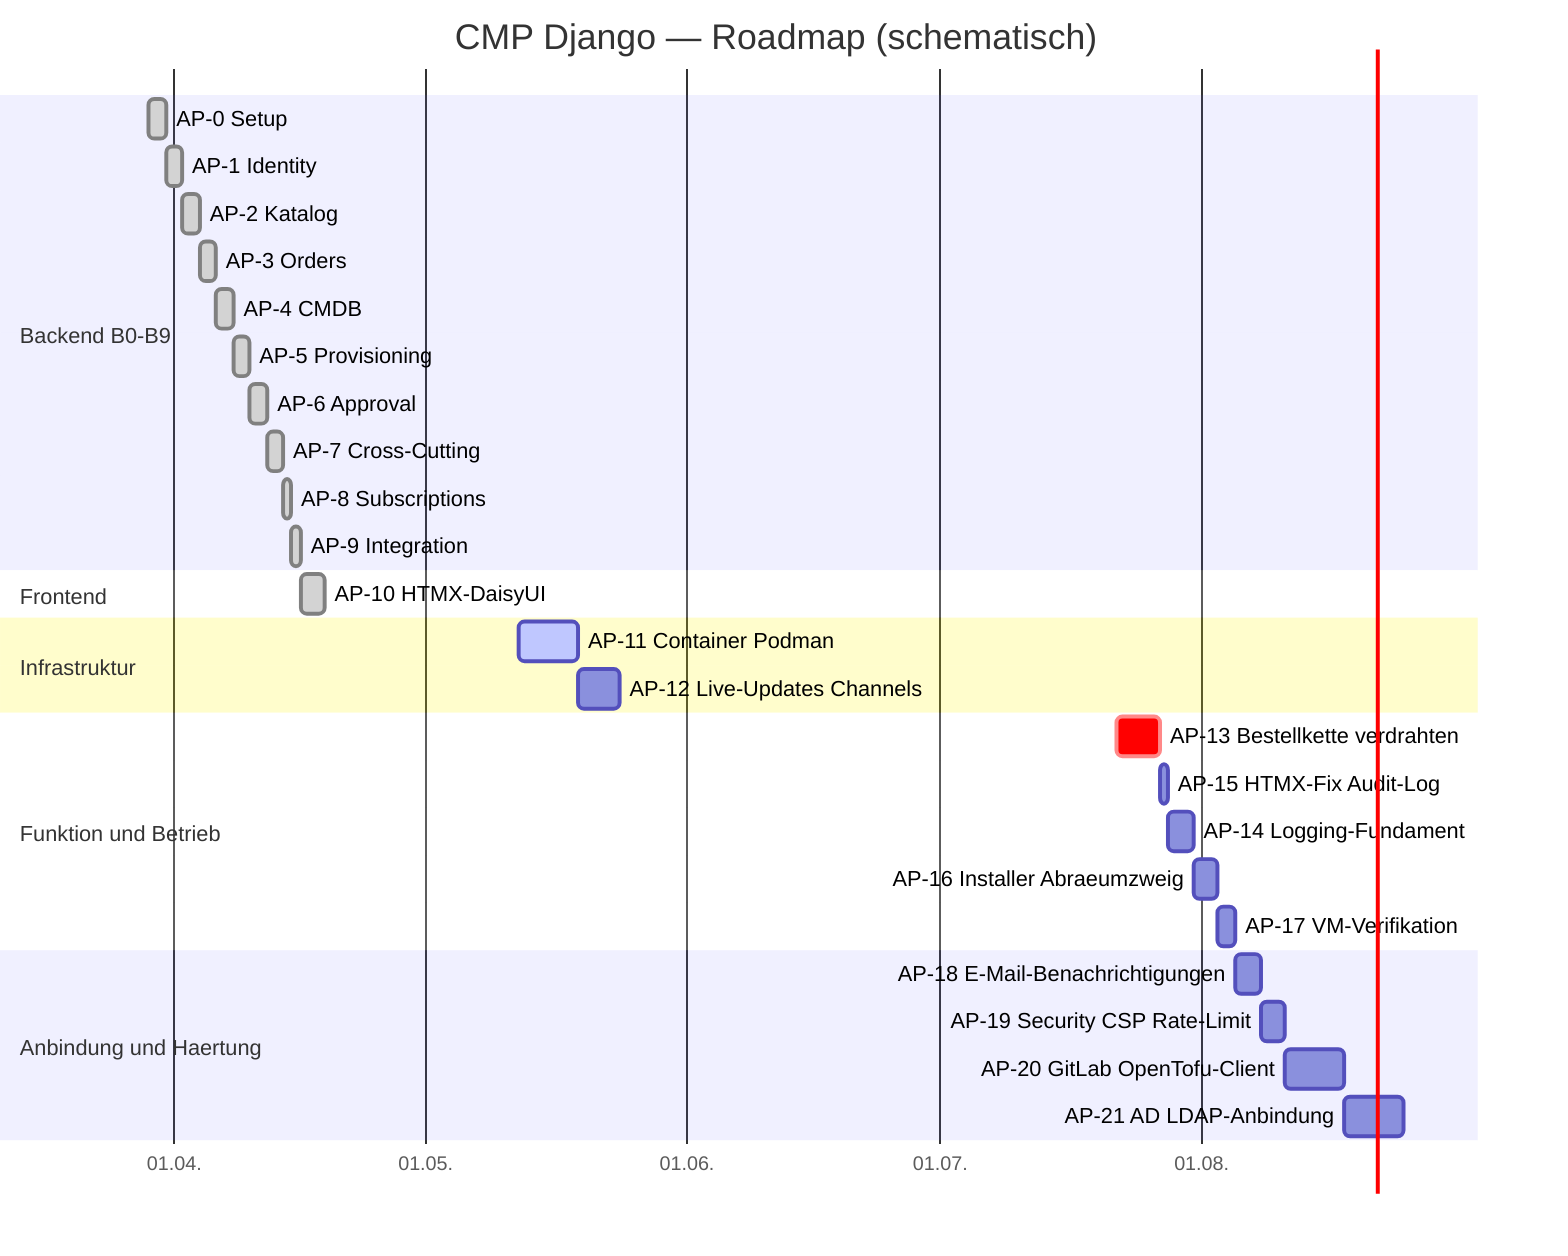
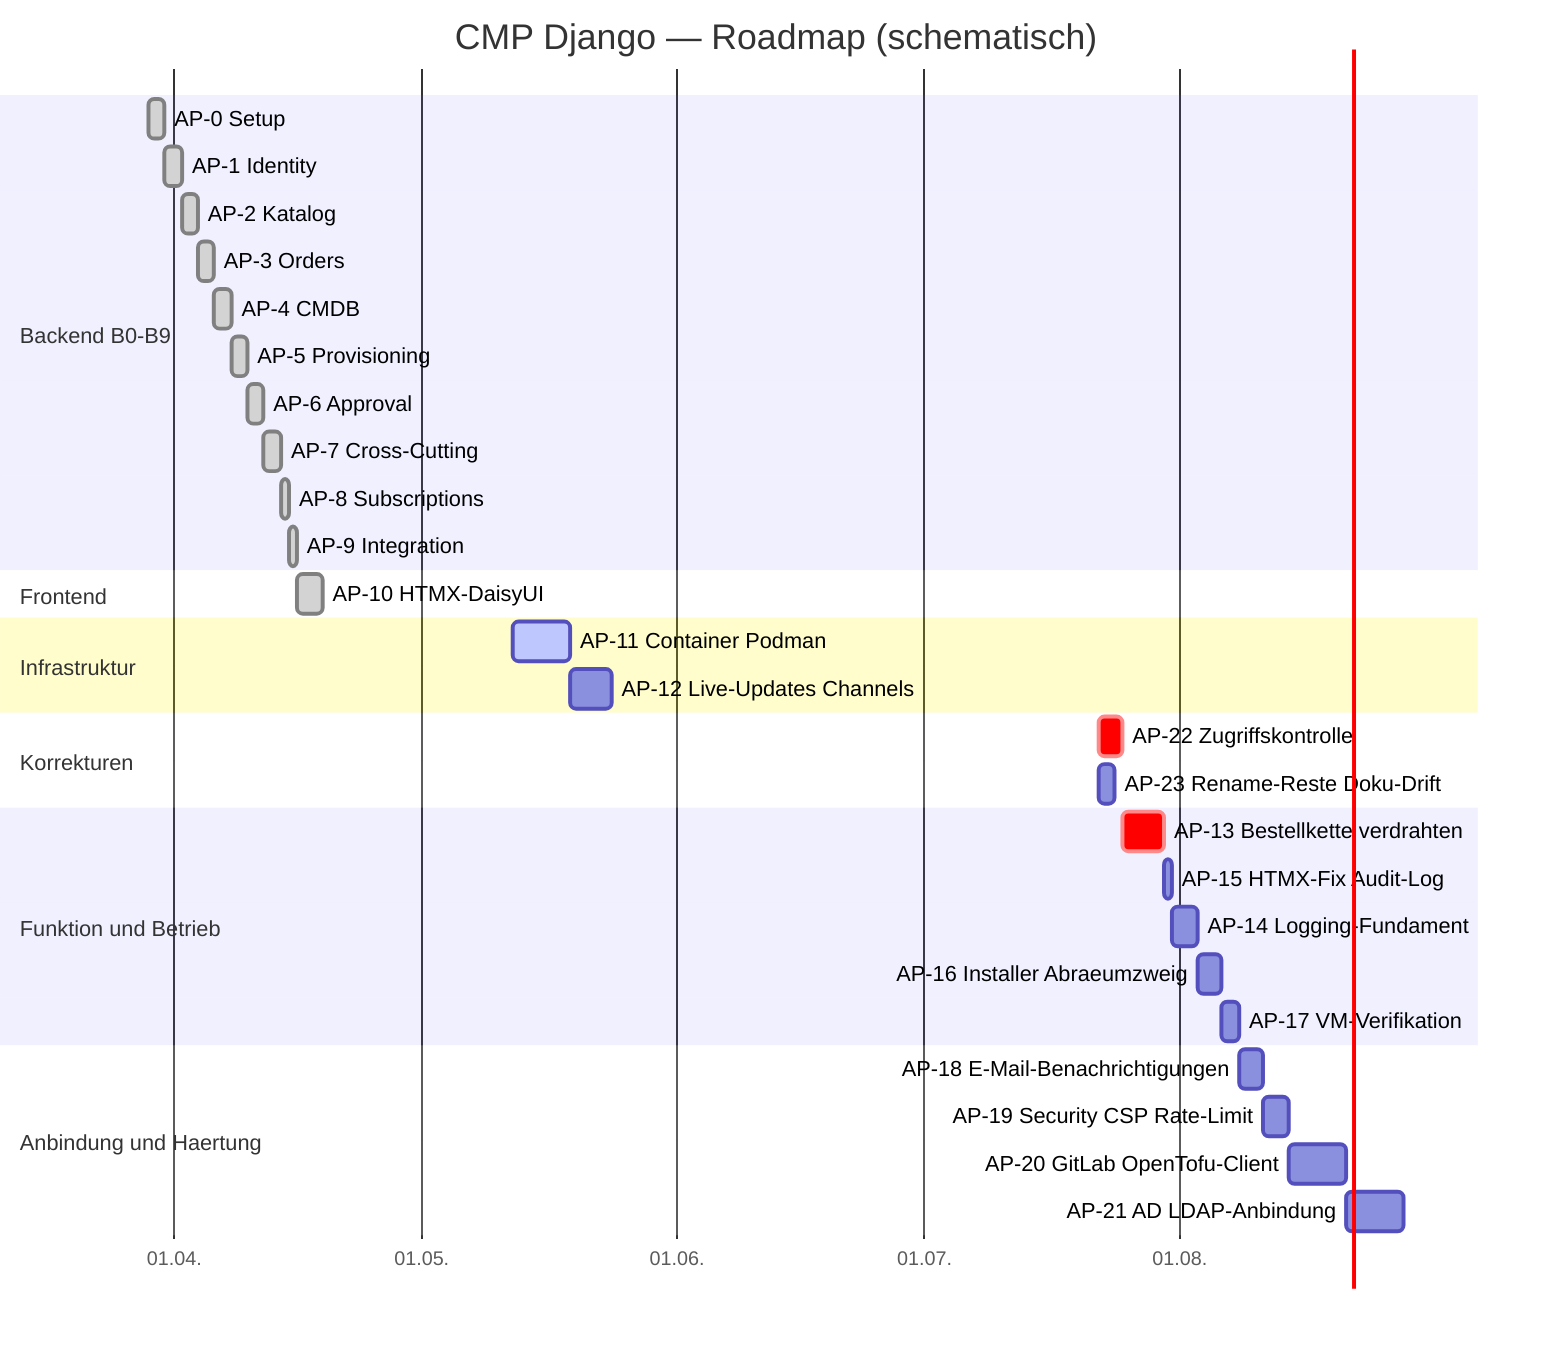
gantt
    title CMP Django — Roadmap (schematisch)
    dateFormat YYYY-MM-DD
    axisFormat %d.%m.
    section Backend B0-B9
    AP-0 Setup            :done, a0, 2026-03-29, 2d
    AP-1 Identity         :done, a1, 2026-03-31, 2d
    AP-2 Katalog          :done, a2, 2026-04-02, 2d
    AP-3 Orders           :done, a3, 2026-04-04, 2d
    AP-4 CMDB             :done, a4, 2026-04-06, 2d
    AP-5 Provisioning     :done, a5, 2026-04-08, 2d
    AP-6 Approval         :done, a6, 2026-04-10, 2d
    AP-7 Cross-Cutting    :done, a7, 2026-04-12, 2d
    AP-8 Subscriptions    :done, a8, 2026-04-14, 1d
    AP-9 Integration      :done, a9, 2026-04-15, 1d
    section Frontend
    AP-10 HTMX-DaisyUI    :done, a10, 2026-04-16, 3d
    section Infrastruktur
    AP-11 Container Podman :active, a11, 2026-05-12, 7d
    AP-12 Live-Updates Channels :a12, 2026-05-19, 5d
+     section Korrekturen
+     AP-22 Zugriffskontrolle       :crit, a22, 2026-07-22, 3d
+     AP-23 Rename-Reste Doku-Drift :a23, 2026-07-22, 2d
    section Funktion und Betrieb
-     AP-13 Bestellkette verdrahten :crit, a13, 2026-07-22, 5d
-     AP-15 HTMX-Fix Audit-Log      :a15, 2026-07-27, 1d
-     AP-14 Logging-Fundament       :a14, 2026-07-28, 3d
-     AP-16 Installer Abraeumzweig  :a16, 2026-07-31, 3d
-     AP-17 VM-Verifikation         :a17, 2026-08-03, 2d
+     AP-13 Bestellkette verdrahten :crit, a13, 2026-07-25, 5d
+     AP-15 HTMX-Fix Audit-Log      :a15, 2026-07-30, 1d
+     AP-14 Logging-Fundament       :a14, 2026-07-31, 3d
+     AP-16 Installer Abraeumzweig  :a16, 2026-08-03, 3d
+     AP-17 VM-Verifikation         :a17, 2026-08-06, 2d
    section Anbindung und Haertung
-     AP-18 E-Mail-Benachrichtigungen :a18, 2026-08-05, 3d
-     AP-19 Security CSP Rate-Limit   :a19, 2026-08-08, 3d
-     AP-20 GitLab OpenTofu-Client    :a20, 2026-08-11, 7d
-     AP-21 AD LDAP-Anbindung         :a21, 2026-08-18, 7d
+     AP-18 E-Mail-Benachrichtigungen :a18, 2026-08-08, 3d
+     AP-19 Security CSP Rate-Limit   :a19, 2026-08-11, 3d
+     AP-20 GitLab OpenTofu-Client    :a20, 2026-08-14, 7d
+     AP-21 AD LDAP-Anbindung         :a21, 2026-08-21, 7d
